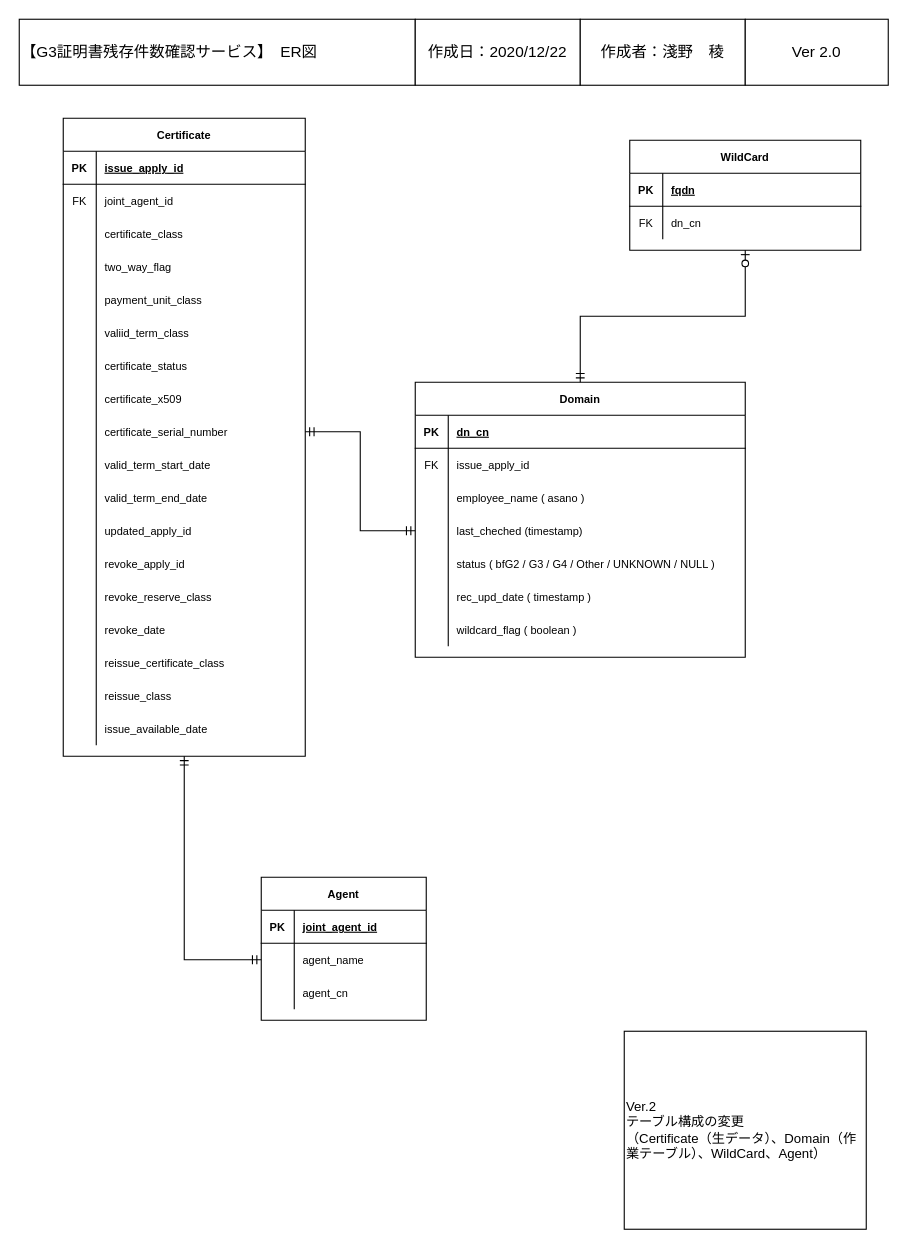
r-asano/kaihatsubuKenshu keeps this draw.io diagram as page "ER図" (3 of 6) of UMLDiagram.drawio. Above is the earlier version. Source tidied: cells renumbered, new cells numbered last; positions are measured from the earlier drawing's top-left corner, leaving out a move shared by most shapes. Both pictures are drawn from the tidied source at 110%, with x=0, y=0 at pixel (19, 19).
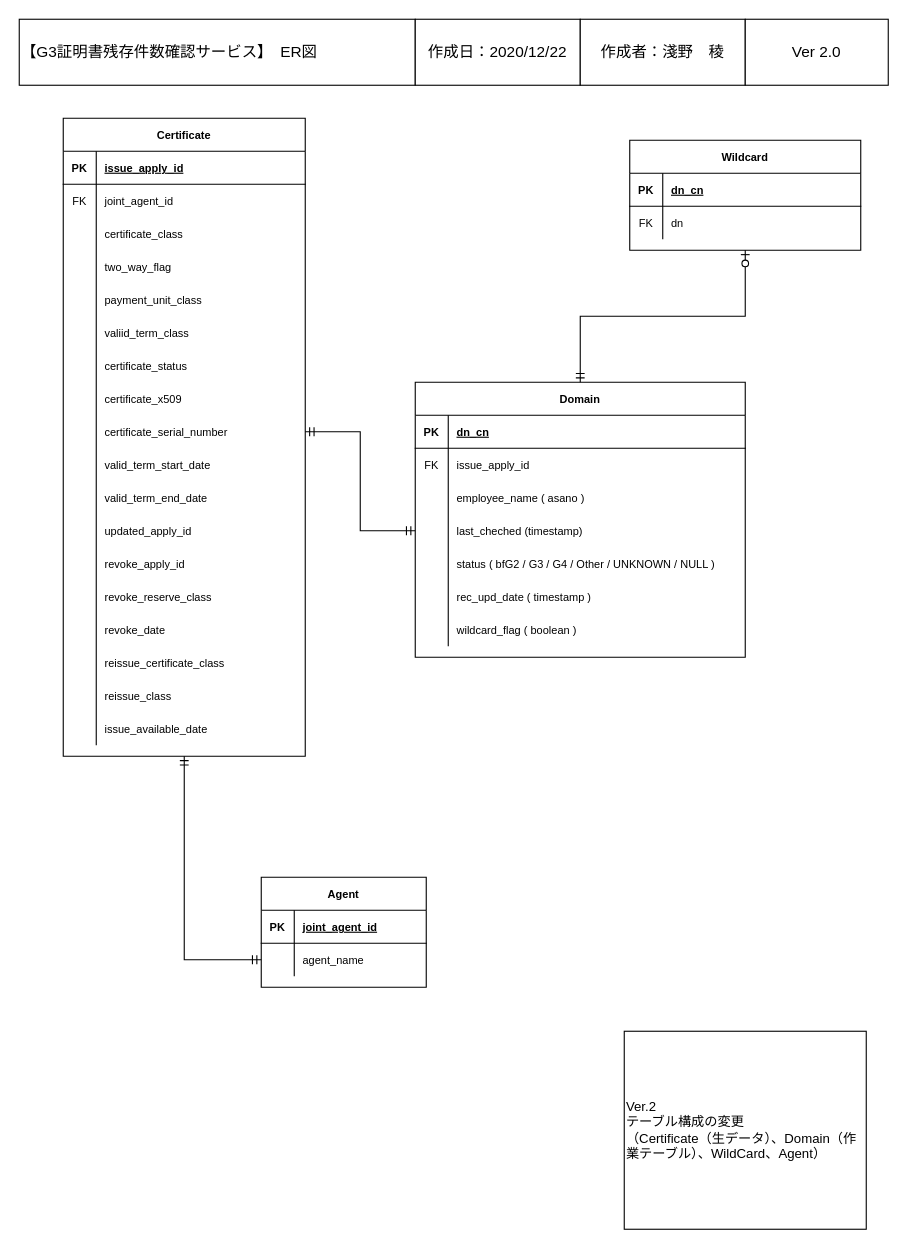
The same diagram, later.

The change refers to these unchanged cells:
```xml
<mxCell id="40" style="shape=partialRectangle;fillColor=none;top=0;left=0;right=0;bottom=1;fontSize=10;" parent="39" vertex="1">
  <mxGeometry y="30" width="210" height="30" as="geometry" />
</mxCell>
<mxCell id="43" style="shape=partialRectangle;fillColor=none;top=0;left=0;right=0;bottom=0;fontSize=10;" parent="39" vertex="1">
  <mxGeometry y="60" width="210" height="30" as="geometry" />
</mxCell>
```

Change to the diagram source:
```diff
@@
     <mxCell id="24" value="Agent" style="shape=table;startSize=30;childLayout=tableLayout;rowLines=0;fontStyle=1;align=center;fontSize=10;" parent="1" vertex="1">
-      <mxGeometry x="220" y="780" width="150" height="130" as="geometry" />
+      <mxGeometry x="220" y="780" width="150" height="100" as="geometry" />
     </mxCell>
@@
-    <mxCell id="31" style="shape=partialRectangle;fillColor=none;top=0;left=0;right=0;bottom=0;fontSize=10;" parent="24" vertex="1">
-      <mxGeometry y="90" width="150" height="30" as="geometry" />
-    </mxCell>
-    <mxCell id="32" style="shape=partialRectangle;overflow=hidden;fillColor=none;top=0;left=0;bottom=0;right=0;fontSize=10;" parent="31" vertex="1">
-      <mxGeometry width="30" height="30" as="geometry" />
-    </mxCell>
-    <mxCell id="33" value="agent_cn" style="shape=partialRectangle;overflow=hidden;fillColor=none;top=0;left=0;bottom=0;right=0;align=left;spacingLeft=6;fontSize=10;" parent="31" vertex="1">
-      <mxGeometry x="30" width="120" height="30" as="geometry" />
-    </mxCell>
@@
-    <mxCell id="39" value="WildCard" style="shape=table;startSize=30;childLayout=tableLayout;rowLines=0;fontStyle=1;align=center;fontSize=10;" parent="1" vertex="1">
+    <mxCell id="39" value="Wildcard" style="shape=table;startSize=30;childLayout=tableLayout;rowLines=0;fontStyle=1;align=center;fontSize=10;" parent="1" vertex="1">
       <mxGeometry x="555" y="110" width="210" height="100" as="geometry" />
     </mxCell>
@@
-    <mxCell id="42" value="fqdn" style="shape=partialRectangle;overflow=hidden;fillColor=none;top=0;left=0;bottom=0;right=0;align=left;spacingLeft=6;fontStyle=5;fontSize=10;" parent="40" vertex="1">
+    <mxCell id="42" value="dn_cn" style="shape=partialRectangle;overflow=hidden;fillColor=none;top=0;left=0;bottom=0;right=0;align=left;spacingLeft=6;fontStyle=5;fontSize=10;" parent="40" vertex="1">
       <mxGeometry x="30" width="180" height="30" as="geometry" />
     </mxCell>
@@
-    <mxCell id="45" value="dn_cn" style="shape=partialRectangle;overflow=hidden;fillColor=none;top=0;left=0;bottom=0;right=0;align=left;spacingLeft=6;fontSize=10;" parent="43" vertex="1">
+    <mxCell id="45" value="dn" style="shape=partialRectangle;overflow=hidden;fillColor=none;top=0;left=0;bottom=0;right=0;align=left;spacingLeft=6;fontSize=10;" parent="43" vertex="1">
       <mxGeometry x="30" width="180" height="30" as="geometry" />
     </mxCell>
```
